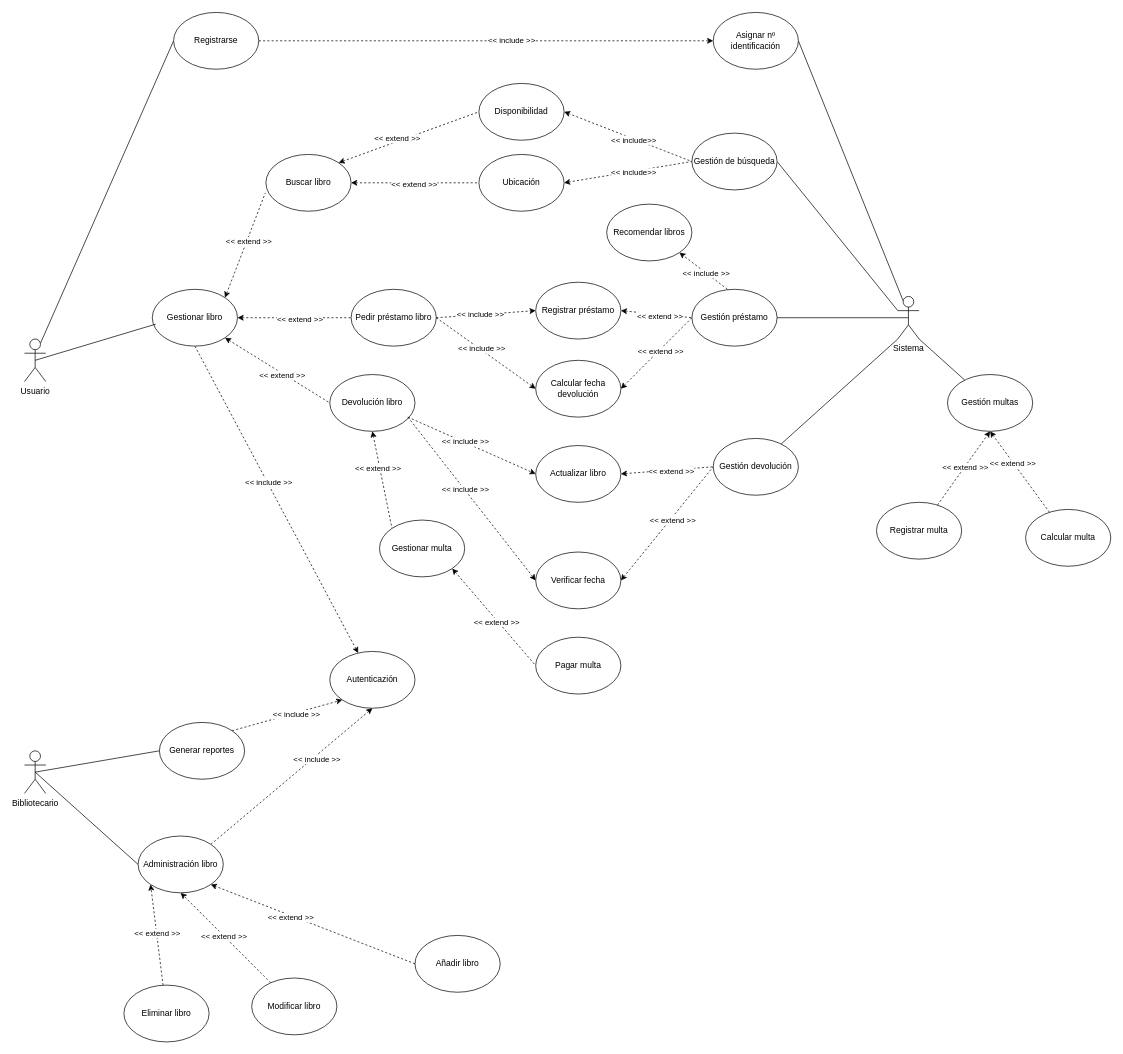
AndersonOlivos/DAW-SAFA keeps this draw.io diagram as 1° DAW/ENTORNO DE DESARROLLO/UD2/ExamenAnterior/biblioteca.drawio. Above is the earlier version. Source tidied: cells renumbered, new cells numbered last; positions are measured from the earlier drawing's top-left corner, leaving out a move shared by most shapes. Both pictures are drawn from the tidied source at 71%, with x=0, y=0 at pixel (24, 12).
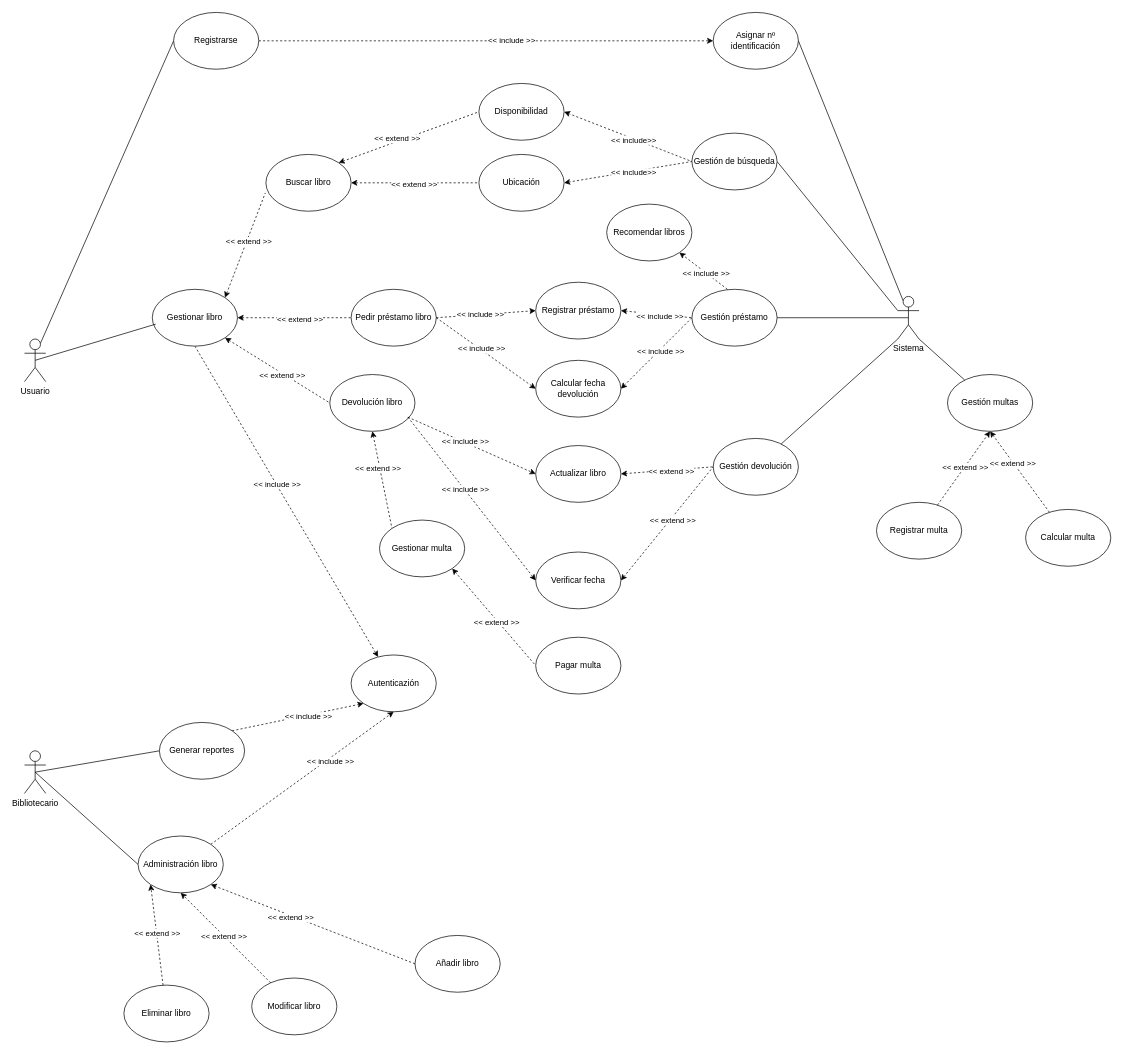
The same diagram, later.

The change refers to these unchanged cells:
```xml
<mxCell id="35" style="rounded=0;jettySize=auto;html=1;exitX=1;exitY=0.5;exitDx=0;exitDy=0;entryX=0;entryY=0.5;entryDx=0;entryDy=0;dashed=1;startArrow=classic;startFill=1;endArrow=none;endFill=0;" parent="1" edge="1" source="17" target="22">
  <mxGeometry relative="1" as="geometry" />
</mxCell>
<mxCell id="37" style="rounded=0;jettySize=auto;html=1;exitX=1;exitY=0.5;exitDx=0;exitDy=0;entryX=0;entryY=0.5;entryDx=0;entryDy=0;dashed=1;startArrow=classic;startFill=1;endArrow=none;endFill=0;" parent="1" edge="1" source="18" target="22">
  <mxGeometry relative="1" as="geometry" />
</mxCell>
```

The edit, as a diff of the source:
```diff
@@
     <mxCell id="4" value="Autenticazión" style="ellipse;whiteSpace=wrap;html=1;" parent="1" vertex="1">
-      <mxGeometry x="430" y="900" width="120" height="80" as="geometry" />
+      <mxGeometry x="460" y="905" width="120" height="80" as="geometry" />
     </mxCell>
@@
-    <mxCell id="36" value="&amp;lt;&amp;lt; extend &amp;gt;&amp;gt;" style="edgeLabel;html=1;align=center;verticalAlign=middle;" parent="35" vertex="1">
+    <mxCell id="36" value="&amp;lt;&amp;lt; include &amp;gt;&amp;gt;" style="edgeLabel;html=1;align=center;verticalAlign=middle;" parent="35" vertex="1">
       <mxGeometry x="0.09" y="-2" relative="1" as="geometry" />
     </mxCell>
@@
-    <mxCell id="38" value="&amp;lt;&amp;lt; extend &amp;gt;&amp;gt;" style="edgeLabel;html=1;align=center;verticalAlign=middle;" parent="37" vertex="1">
+    <mxCell id="38" value="&amp;lt;&amp;lt; include &amp;gt;&amp;gt;" style="edgeLabel;html=1;align=center;verticalAlign=middle;" parent="37" vertex="1">
       <mxGeometry x="0.09" y="-2" relative="1" as="geometry" />
     </mxCell>
```
